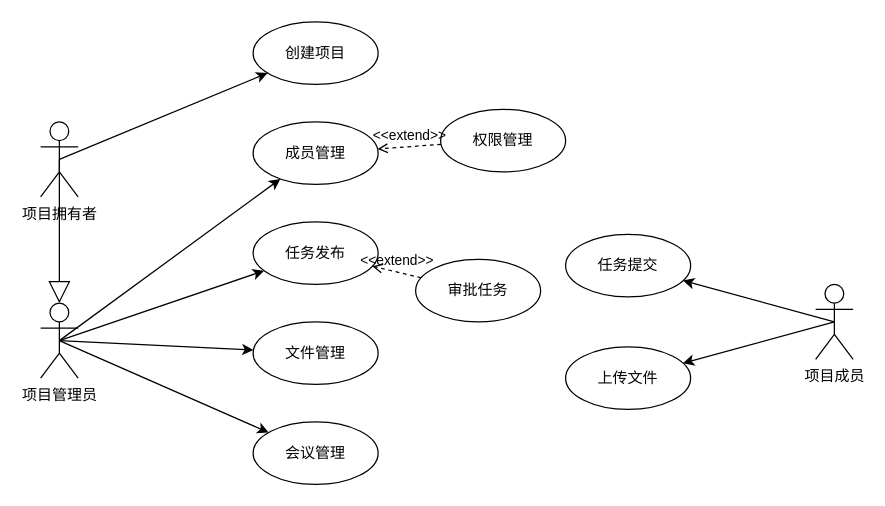
Above: usecase/项目管理子系统.drawio in TongjiMicroservice/Documents (draw.io), before the change. Source tidied: cells renumbered, new cells numbered last; positions are measured from the earlier drawing's top-left corner, leaving out a move shared by most shapes. Both pictures are drawn from the tidied source at 125%, with x=0, y=0 at pixel (40, 21).
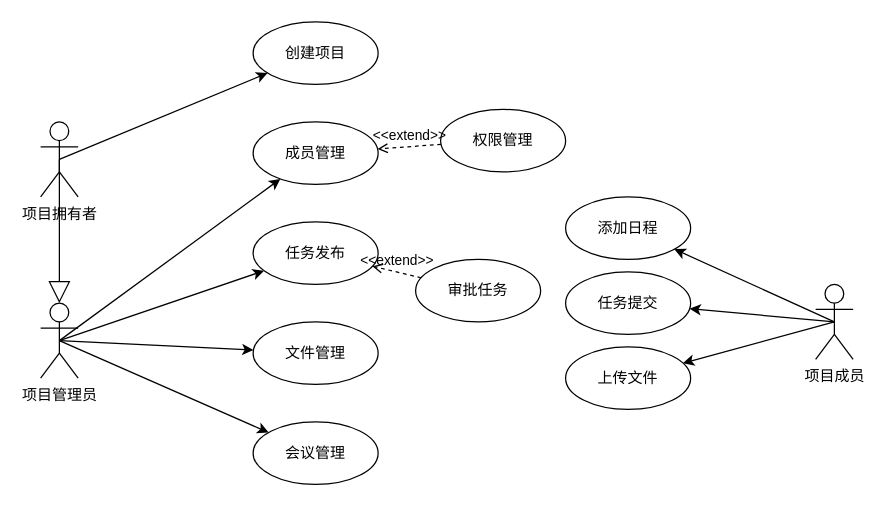
After the change.

Commit message (it also covers changes not shown here):
修改用例图

The change refers to these unchanged cells:
```xml
<mxCell id="23" value="项目成员" style="shape=umlActor;verticalLabelPosition=bottom;verticalAlign=top;html=1;outlineConnect=0;" parent="1" vertex="1">
  <mxGeometry x="620" y="210" width="30" height="60" as="geometry" />
</mxCell>
```

Diff of the diagram source:
```diff
@@
     <mxCell id="4" value="任务提交" style="ellipse;whiteSpace=wrap;html=1;" parent="1" vertex="1">
-      <mxGeometry x="420" y="170" width="100" height="50" as="geometry" />
+      <mxGeometry x="420" y="200" width="100" height="50" as="geometry" />
     </mxCell>
@@
+    <mxCell id="24" style="edgeStyle=none;html=1;exitX=0.5;exitY=0.5;exitDx=0;exitDy=0;exitPerimeter=0;" parent="1" edge="1" source="23" target="25">
+      <mxGeometry relative="1" as="geometry" />
+    </mxCell>
@@
+    <mxCell id="25" value="添加日程" style="ellipse;whiteSpace=wrap;html=1;" parent="1" vertex="1">
+      <mxGeometry x="420" y="140" width="100" height="50" as="geometry" />
+    </mxCell>
```
